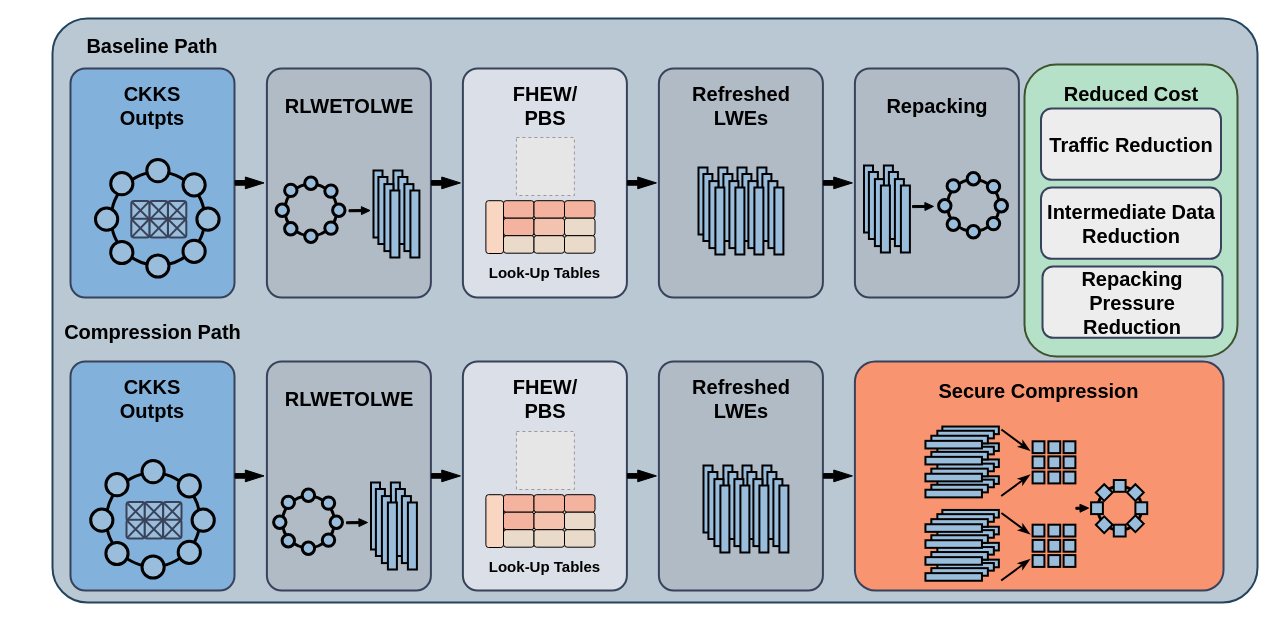
Above: all/Compression.drawio in ZKY6662017/iodraw-files (draw.io), before the change. Source tidied: cells renumbered, new cells numbered last; positions are measured from the earlier drawing's top-left corner, leaving out a move shared by most shapes. Both pictures are drawn from the tidied source at 100%, with x=0, y=0 at pixel (17, 18). Pictures stored in the file or linked from it are replaced by grey dashed boxes.
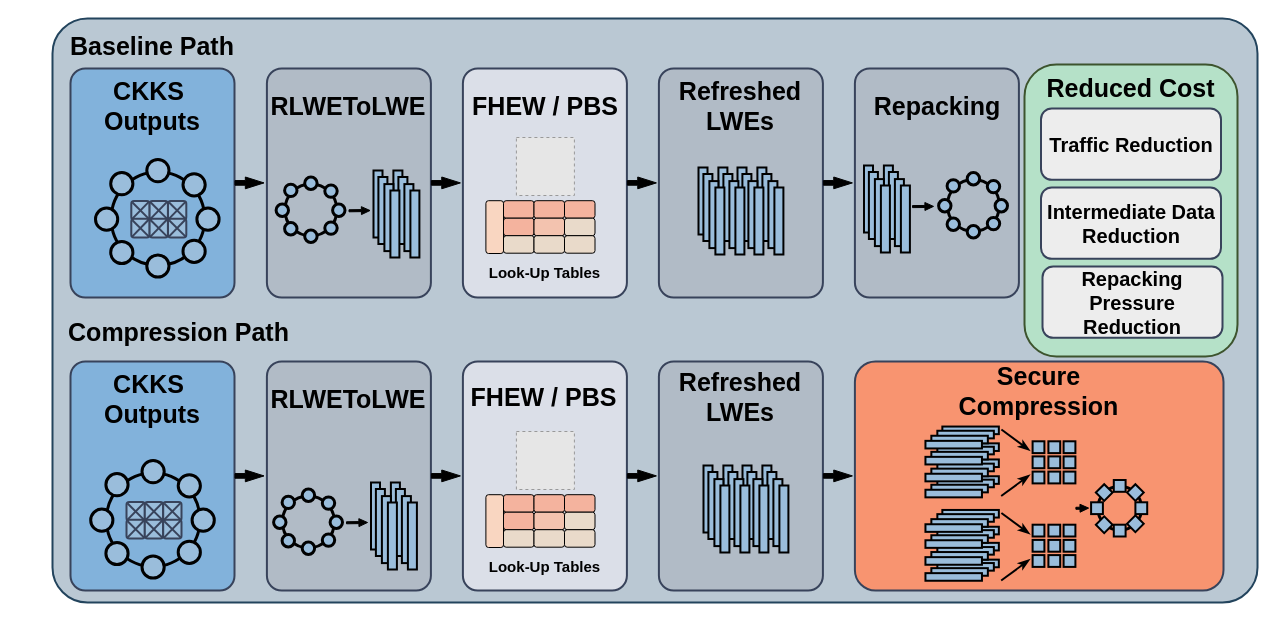
The same page after the edit.

Unchanged cells that the change refers to:
```xml
<mxCell id="41" style="group;" parent="1" vertex="1">
  <mxGeometry x="249.4" y="50" width="164" height="229" as="geometry" />
</mxCell>
<mxCell id="44" style="group;" parent="1" vertex="1">
  <mxGeometry x="445.4" y="50" width="164" height="229" as="geometry" />
</mxCell>
<mxCell id="83" style="group;" parent="1" vertex="1">
  <mxGeometry x="837.4" y="50" width="164" height="229" as="geometry" />
</mxCell>
<mxCell id="113" style="group;" parent="1" vertex="1">
  <mxGeometry x="53" y="343" width="164" height="229" as="geometry" />
</mxCell>
<mxCell id="150" style="group;" parent="1" vertex="1">
  <mxGeometry x="249.4" y="343" width="164" height="229" as="geometry" />
</mxCell>
<mxCell id="174" style="group;" parent="1" vertex="1">
  <mxGeometry x="445.4" y="343" width="164" height="229" as="geometry" />
</mxCell>
<mxCell id="191" style="group;" parent="1" vertex="1">
  <mxGeometry x="641.4" y="343" width="164" height="229" as="geometry" />
</mxCell>
<mxCell id="199" style="group;" parent="198" vertex="1">
  <mxGeometry y="6" width="729" height="346" as="geometry" />
</mxCell>
<mxCell id="238" style="group;" parent="1" vertex="1">
  <mxGeometry x="1025" y="60" width="180" height="297" as="geometry" />
</mxCell>
```

Change to the diagram source:
```diff
@@
     <mxCell id="4" style="group;" parent="1" vertex="1">
-      <mxGeometry x="53" y="50" width="164" height="229" as="geometry" />
+      <mxGeometry x="53" y="50" width="171" height="229" as="geometry" />
     </mxCell>
@@
-    <mxCell id="6" value="&lt;div&gt;&lt;font style=&quot;font-size: 20px;&quot;&gt;&lt;b&gt;CKKS&lt;/b&gt;&lt;/font&gt;&lt;/div&gt;&lt;div&gt;&lt;font style=&quot;font-size: 20px;&quot;&gt;&lt;b&gt;Outpts&lt;/b&gt;&lt;/font&gt;&lt;/div&gt;" style="text;html=1;whiteSpace=wrap;strokeColor=none;fillColor=none;align=center;verticalAlign=middle;rounded=0;" parent="4" vertex="1">
-      <mxGeometry x="6.1" y="22" width="151.8" height="30" as="geometry" />
+    <mxCell id="6" value="&lt;div&gt;&lt;font style=&quot;font-size: 25px;&quot;&gt;&lt;font style=&quot;&quot;&gt;&lt;b style=&quot;&quot;&gt;CKKS&amp;nbsp;&lt;/b&gt;&lt;/font&gt;&lt;/font&gt;&lt;/div&gt;&lt;div&gt;&lt;font style=&quot;font-size: 25px;&quot;&gt;&lt;b style=&quot;background-color: transparent; color: light-dark(rgb(0, 0, 0), rgb(255, 255, 255));&quot;&gt;Outputs&lt;/b&gt;&lt;/font&gt;&lt;/div&gt;" style="text;html=1;whiteSpace=wrap;strokeColor=none;fillColor=none;align=center;verticalAlign=middle;rounded=0;" parent="4" vertex="1">
+      <mxGeometry x="-7" y="22" width="178" height="30" as="geometry" />
     </mxCell>
@@
-    <mxCell id="43" value="&lt;span style=&quot;font-size: 20px;&quot;&gt;&lt;b&gt;RLWETOLWE&lt;/b&gt;&lt;/span&gt;" style="text;html=1;whiteSpace=wrap;strokeColor=none;fillColor=none;align=center;verticalAlign=middle;rounded=0;" parent="41" vertex="1">
+    <mxCell id="43" value="&lt;b style=&quot;&quot;&gt;&lt;font style=&quot;font-size: 25px;&quot;&gt;RLWEToLWE&lt;/font&gt;&lt;/b&gt;" style="text;html=1;whiteSpace=wrap;strokeColor=none;fillColor=none;align=center;verticalAlign=middle;rounded=0;" parent="41" vertex="1">
       <mxGeometry x="6.1" y="22" width="151.8" height="30" as="geometry" />
     </mxCell>
@@
-    <mxCell id="46" value="&lt;span style=&quot;font-size: 20px;&quot;&gt;&lt;b&gt;FHEW/&lt;/b&gt;&lt;/span&gt;&lt;div&gt;&lt;span style=&quot;font-size: 20px;&quot;&gt;&lt;b&gt;PBS&lt;/b&gt;&lt;/span&gt;&lt;/div&gt;" style="text;html=1;whiteSpace=wrap;strokeColor=none;fillColor=none;align=center;verticalAlign=middle;rounded=0;" parent="44" vertex="1">
+    <mxCell id="46" value="&lt;font style=&quot;font-size: 25px;&quot;&gt;&lt;b style=&quot;&quot;&gt;FHEW /&amp;nbsp;&lt;/b&gt;&lt;b style=&quot;background-color: transparent; color: light-dark(rgb(0, 0, 0), rgb(255, 255, 255));&quot;&gt;PBS&lt;/b&gt;&lt;/font&gt;" style="text;html=1;whiteSpace=wrap;strokeColor=none;fillColor=none;align=center;verticalAlign=middle;rounded=0;" parent="44" vertex="1">
       <mxGeometry x="6.1" y="22" width="151.8" height="30" as="geometry" />
     </mxCell>
@@
     <mxCell id="61" style="group;" parent="1" vertex="1">
-      <mxGeometry x="641.4" y="50" width="164" height="229" as="geometry" />
+      <mxGeometry x="641.4" y="50" width="173" height="229" as="geometry" />
     </mxCell>
@@
-    <mxCell id="63" value="&lt;span style=&quot;font-size: 20px;&quot;&gt;&lt;b&gt;Refreshed LWEs&lt;/b&gt;&lt;/span&gt;" style="text;html=1;whiteSpace=wrap;strokeColor=none;fillColor=none;align=center;verticalAlign=middle;rounded=0;" parent="61" vertex="1">
-      <mxGeometry x="6.1" y="22" width="151.8" height="30" as="geometry" />
+    <mxCell id="63" value="&lt;b style=&quot;&quot;&gt;&lt;font style=&quot;font-size: 25px;&quot;&gt;Refreshed LWEs&lt;/font&gt;&lt;/b&gt;" style="text;html=1;whiteSpace=wrap;strokeColor=none;fillColor=none;align=center;verticalAlign=middle;rounded=0;" parent="61" vertex="1">
+      <mxGeometry x="-9" y="22" width="182" height="30" as="geometry" />
     </mxCell>
@@
-    <mxCell id="85" value="&lt;span style=&quot;font-size: 20px;&quot;&gt;&lt;b&gt;Repacking&lt;/b&gt;&lt;/span&gt;" style="text;html=1;whiteSpace=wrap;strokeColor=none;fillColor=none;align=center;verticalAlign=middle;rounded=0;" parent="83" vertex="1">
+    <mxCell id="85" value="&lt;b style=&quot;&quot;&gt;&lt;font style=&quot;font-size: 25px;&quot;&gt;Repacking&lt;/font&gt;&lt;/b&gt;" style="text;html=1;whiteSpace=wrap;strokeColor=none;fillColor=none;align=center;verticalAlign=middle;rounded=0;" parent="83" vertex="1">
       <mxGeometry x="6.1" y="22" width="151.8" height="30" as="geometry" />
     </mxCell>
@@
-    <mxCell id="111" value="&lt;div&gt;&lt;span style=&quot;font-size: 20px;&quot;&gt;&lt;b&gt;Baseline Path&lt;/b&gt;&lt;/span&gt;&lt;/div&gt;" style="text;html=1;whiteSpace=wrap;strokeColor=none;fillColor=none;align=center;verticalAlign=middle;rounded=0;" parent="1" vertex="1">
+    <mxCell id="111" value="&lt;div&gt;&lt;b style=&quot;&quot;&gt;&lt;font style=&quot;font-size: 25px;&quot;&gt;Baseline Path&lt;/font&gt;&lt;/b&gt;&lt;/div&gt;" style="text;html=1;whiteSpace=wrap;strokeColor=none;fillColor=none;align=center;verticalAlign=middle;rounded=0;" parent="1" vertex="1">
       <mxGeometry x="39" y="12" width="192" height="30" as="geometry" />
     </mxCell>
-    <mxCell id="112" value="&lt;div&gt;&lt;span style=&quot;font-size: 20px;&quot;&gt;&lt;b&gt;Compression Path&lt;/b&gt;&lt;/span&gt;&lt;/div&gt;" style="text;html=1;whiteSpace=wrap;strokeColor=none;fillColor=none;align=center;verticalAlign=middle;rounded=0;" parent="1" vertex="1">
-      <mxGeometry x="-0.5" y="298" width="271" height="30" as="geometry" />
+    <mxCell id="112" value="&lt;div&gt;&lt;b style=&quot;&quot;&gt;&lt;font style=&quot;font-size: 25px;&quot;&gt;Compression Path&lt;/font&gt;&lt;/b&gt;&lt;/div&gt;" style="text;html=1;whiteSpace=wrap;strokeColor=none;fillColor=none;align=center;verticalAlign=middle;rounded=0;" parent="1" vertex="1">
+      <mxGeometry x="26" y="298" width="271" height="30" as="geometry" />
     </mxCell>
@@
-    <mxCell id="115" value="&lt;div&gt;&lt;font style=&quot;font-size: 20px;&quot;&gt;&lt;b&gt;CKKS&lt;/b&gt;&lt;/font&gt;&lt;/div&gt;&lt;div&gt;&lt;font style=&quot;font-size: 20px;&quot;&gt;&lt;b&gt;Outpts&lt;/b&gt;&lt;/font&gt;&lt;/div&gt;" style="text;html=1;whiteSpace=wrap;strokeColor=none;fillColor=none;align=center;verticalAlign=middle;rounded=0;" parent="113" vertex="1">
+    <mxCell id="115" value="&lt;div&gt;&lt;font style=&quot;font-size: 25px;&quot;&gt;&lt;font style=&quot;&quot;&gt;&lt;b style=&quot;&quot;&gt;CKKS&amp;nbsp;&lt;/b&gt;&lt;/font&gt;&lt;/font&gt;&lt;/div&gt;&lt;div&gt;&lt;font style=&quot;font-size: 25px;&quot;&gt;&lt;b style=&quot;background-color: transparent; color: light-dark(rgb(0, 0, 0), rgb(255, 255, 255));&quot;&gt;Outputs&lt;/b&gt;&lt;/font&gt;&lt;/div&gt;" style="text;html=1;whiteSpace=wrap;strokeColor=none;fillColor=none;align=center;verticalAlign=middle;rounded=0;" parent="113" vertex="1">
       <mxGeometry x="6.1" y="22" width="151.8" height="30" as="geometry" />
     </mxCell>
@@
-    <mxCell id="152" value="&lt;span style=&quot;font-size: 20px;&quot;&gt;&lt;b&gt;RLWETOLWE&lt;/b&gt;&lt;/span&gt;" style="text;html=1;whiteSpace=wrap;strokeColor=none;fillColor=none;align=center;verticalAlign=middle;rounded=0;" parent="150" vertex="1">
+    <mxCell id="152" value="&lt;b style=&quot;&quot;&gt;&lt;font style=&quot;font-size: 25px;&quot;&gt;RLWEToLWE&lt;/font&gt;&lt;/b&gt;" style="text;html=1;whiteSpace=wrap;strokeColor=none;fillColor=none;align=center;verticalAlign=middle;rounded=0;" parent="150" vertex="1">
       <mxGeometry x="6.1" y="22" width="151.8" height="30" as="geometry" />
     </mxCell>
@@
-    <mxCell id="176" value="&lt;span style=&quot;font-size: 20px;&quot;&gt;&lt;b&gt;FHEW/&lt;/b&gt;&lt;/span&gt;&lt;div&gt;&lt;span style=&quot;font-size: 20px;&quot;&gt;&lt;b&gt;PBS&lt;/b&gt;&lt;/span&gt;&lt;/div&gt;" style="text;html=1;whiteSpace=wrap;strokeColor=none;fillColor=none;align=center;verticalAlign=middle;rounded=0;" parent="174" vertex="1">
-      <mxGeometry x="6.1" y="22" width="151.8" height="30" as="geometry" />
-    </mxCell>
@@
-    <mxCell id="193" value="&lt;span style=&quot;font-size: 20px;&quot;&gt;&lt;b&gt;Refreshed LWEs&lt;/b&gt;&lt;/span&gt;" style="text;html=1;whiteSpace=wrap;strokeColor=none;fillColor=none;align=center;verticalAlign=middle;rounded=0;" parent="191" vertex="1">
-      <mxGeometry x="6.1" y="22" width="151.8" height="30" as="geometry" />
-    </mxCell>
@@
+    <mxCell id="176" value="&lt;font style=&quot;font-size: 25px;&quot;&gt;&lt;b style=&quot;&quot;&gt;FHEW /&amp;nbsp;&lt;/b&gt;&lt;b style=&quot;background-color: transparent; color: light-dark(rgb(0, 0, 0), rgb(255, 255, 255));&quot;&gt;PBS&lt;/b&gt;&lt;/font&gt;" style="text;html=1;whiteSpace=wrap;strokeColor=none;fillColor=none;align=center;verticalAlign=middle;rounded=0;" parent="199" vertex="1">
+      <mxGeometry x="187" y="205" width="162.9" height="30" as="geometry" />
+    </mxCell>
+    <mxCell id="193" value="&lt;b style=&quot;&quot;&gt;&lt;font style=&quot;font-size: 25px;&quot;&gt;Refreshed LWEs&lt;/font&gt;&lt;/b&gt;" style="text;html=1;whiteSpace=wrap;strokeColor=none;fillColor=none;align=center;verticalAlign=middle;rounded=0;" parent="199" vertex="1">
+      <mxGeometry x="382" y="205" width="165.9" height="30" as="geometry" />
+    </mxCell>
@@
-    <mxCell id="239" value="&lt;span style=&quot;font-size: 20px;&quot;&gt;&lt;b&gt;Reduced Cost&lt;/b&gt;&lt;/span&gt;" style="text;html=1;whiteSpace=wrap;strokeColor=none;fillColor=none;align=center;verticalAlign=middle;rounded=0;" parent="238" vertex="1">
-      <mxGeometry x="12.6" width="151.8" height="30" as="geometry" />
-    </mxCell>
@@
-    <mxCell id="244" value="&lt;span style=&quot;font-size: 20px;&quot;&gt;&lt;b&gt;Secure Compression&lt;/b&gt;&lt;/span&gt;" style="text;html=1;whiteSpace=wrap;strokeColor=none;fillColor=none;align=center;verticalAlign=middle;rounded=0;" parent="1" vertex="1">
+    <mxCell id="244" value="&lt;b style=&quot;&quot;&gt;&lt;font style=&quot;font-size: 25px;&quot;&gt;Secure Compression&lt;/font&gt;&lt;/b&gt;" style="text;html=1;whiteSpace=wrap;strokeColor=none;fillColor=none;align=center;verticalAlign=middle;rounded=0;" parent="1" vertex="1">
       <mxGeometry x="913.3" y="357" width="216.8" height="30" as="geometry" />
     </mxCell>
@@
+    <mxCell id="239" value="&lt;b style=&quot;&quot;&gt;&lt;font style=&quot;font-size: 25px;&quot;&gt;Reduced Cost&lt;/font&gt;&lt;/b&gt;" style="text;html=1;whiteSpace=wrap;strokeColor=none;fillColor=none;align=center;verticalAlign=middle;rounded=0;" parent="1" vertex="1">
+      <mxGeometry x="1023.5" y="54" width="179" height="30" as="geometry" />
+    </mxCell>
```
